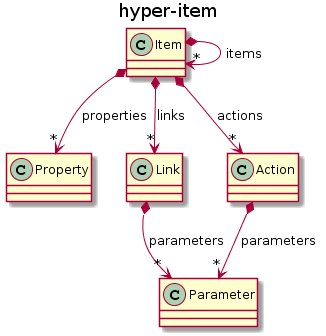
Before: img/diagram.png, a diagram exported from PlantUML (mdemuth/hyper-item).
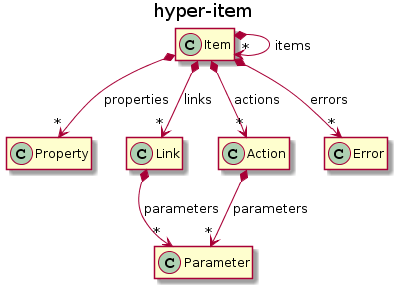
After the change.

Change to the diagram source:
```diff
@@ -6,12 +6,17 @@
 class Link
 class Action
 class Parameter
+class Error
 
 Item *--> "*" Item: items
 Item *--> "*" Property: properties
 Item *--> "*" Link: links
 Item *--> "*" Action: actions
+Item *--> "*" Error: errors
 
 Link *--> "*" Parameter: parameters
 Action *--> "*" Parameter: parameters
+
+hide members
+hide methods
 @enduml
```
